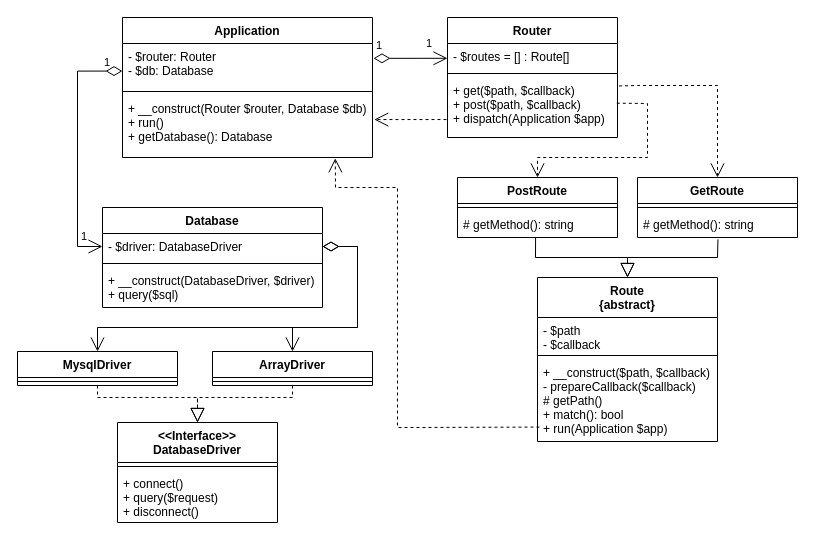
This is Untitled Diagram.drawio from Skydescent/git-new, a draw.io file, before an edit. Source tidied: cells renumbered, new cells numbered last; positions are measured from the earlier drawing's top-left corner, leaving out a move shared by most shapes. Both pictures are drawn from the tidied source at 100%, with x=0, y=0 at pixel (17, 17).
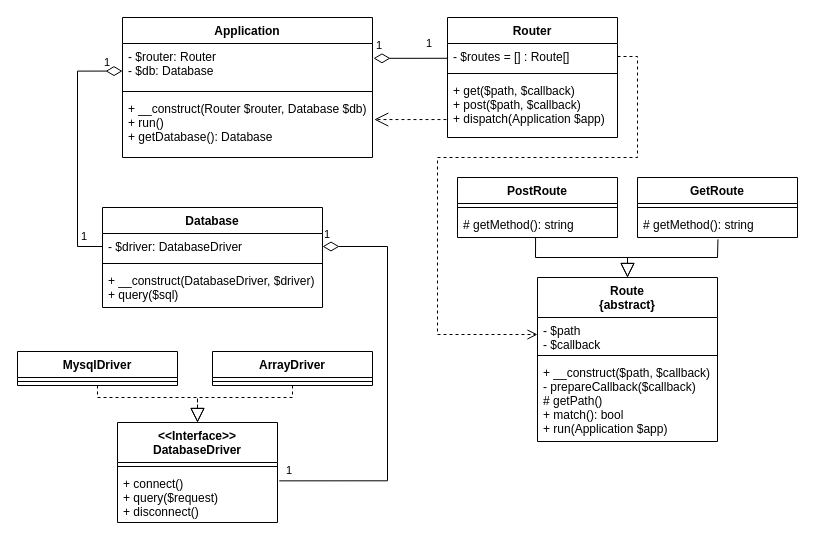
The same diagram, later.

The change refers to these unchanged cells:
```xml
<mxCell id="9" value="- $router: Router&#10;- $db: Database " style="text;strokeColor=none;fillColor=none;align=left;verticalAlign=top;spacingLeft=4;spacingRight=4;overflow=hidden;points=[[0,0.5],[1,0.5]];portConstraint=eastwest;" parent="8" vertex="1">
  <mxGeometry y="26" width="250" height="44" as="geometry" />
</mxCell>
<mxCell id="11" value="+ __construct(Router $router, Database $db)&#10;+ run()&#10;+ getDatabase(): Database&#10;" style="text;strokeColor=none;fillColor=none;align=left;verticalAlign=top;spacingLeft=4;spacingRight=4;overflow=hidden;points=[[0,0.5],[1,0.5]];portConstraint=eastwest;" parent="8" vertex="1">
  <mxGeometry y="78" width="250" height="62" as="geometry" />
</mxCell>
<mxCell id="13" value="- $routes = [] : Route[]" style="text;strokeColor=none;fillColor=none;align=left;verticalAlign=top;spacingLeft=4;spacingRight=4;overflow=hidden;points=[[0,0.5],[1,0.5]];portConstraint=eastwest;" parent="12" vertex="1">
  <mxGeometry y="26" width="170" height="26" as="geometry" />
</mxCell>
<mxCell id="15" value="+ get($path, $callback)&#10;+ post($path, $callback)&#10;+ dispatch(Application $app)&#10;&#10;" style="text;strokeColor=none;fillColor=none;align=left;verticalAlign=top;spacingLeft=4;spacingRight=4;overflow=hidden;points=[[0,0.5],[1,0.5]];portConstraint=eastwest;" parent="12" vertex="1">
  <mxGeometry y="60" width="170" height="60" as="geometry" />
</mxCell>
<mxCell id="16" value="ArrayDriver" style="swimlane;fontStyle=1;align=center;verticalAlign=top;horizontal=1;startSize=26;rounded=0;" parent="1" vertex="1">
  <mxGeometry x="195" y="334" width="160" height="34" as="geometry" />
</mxCell>
<mxCell id="18" value="MysqlDriver" style="swimlane;fontStyle=1;align=center;verticalAlign=top;horizontal=1;startSize=26;rounded=0;" parent="1" vertex="1">
  <mxGeometry y="334" width="160" height="34" as="geometry" />
</mxCell>
<mxCell id="20" value="GetRoute" style="swimlane;fontStyle=1;align=center;verticalAlign=top;horizontal=1;startSize=26;rounded=0;" parent="1" vertex="1">
  <mxGeometry x="620" y="160" width="160" height="60" as="geometry" />
</mxCell>
<mxCell id="23" value="PostRoute" style="swimlane;fontStyle=1;align=center;verticalAlign=top;horizontal=1;startSize=26;rounded=0;" parent="1" vertex="1">
  <mxGeometry x="440" y="160" width="160" height="60" as="geometry" />
</mxCell>
<mxCell id="27" value="- $driver: DatabaseDriver" style="text;strokeColor=none;fillColor=none;align=left;verticalAlign=top;spacingLeft=4;spacingRight=4;overflow=hidden;points=[[0,0.5],[1,0.5]];portConstraint=eastwest;" parent="26" vertex="1">
  <mxGeometry y="26" width="220" height="26" as="geometry" />
</mxCell>
<mxCell id="36" value="- $path&#10;- $callback" style="text;strokeColor=none;fillColor=none;align=left;verticalAlign=top;spacingLeft=4;spacingRight=4;overflow=hidden;points=[[0,0.5],[1,0.5]];portConstraint=eastwest;" parent="35" vertex="1">
  <mxGeometry y="40" width="180" height="34" as="geometry" />
</mxCell>
<mxCell id="38" value="+ __construct($path, $callback)&#10;- prepareCallback($callback)&#10;# getPath()&#10;+ match(): bool&#10;+ run(Application $app)" style="text;strokeColor=none;fillColor=none;align=left;verticalAlign=top;spacingLeft=4;spacingRight=4;overflow=hidden;points=[[0,0.5],[1,0.5]];portConstraint=eastwest;" parent="35" vertex="1">
  <mxGeometry y="82" width="180" height="82" as="geometry" />
</mxCell>
<mxCell id="44" value="+ connect()&#10;+ query($request)&#10;+ disconnect()" style="text;strokeColor=none;fillColor=none;align=left;verticalAlign=top;spacingLeft=4;spacingRight=4;overflow=hidden;points=[[0,0.5],[1,0.5]];portConstraint=eastwest;" parent="42" vertex="1">
  <mxGeometry y="48" width="160" height="52" as="geometry" />
</mxCell>
```

Change to the diagram source:
```diff
@@
-    <mxCell id="2" style="endArrow=open;html=1;endSize=12;startArrow=diamondThin;startSize=14;startFill=0;edgeStyle=orthogonalEdgeStyle;shadow=0;exitX=1.004;exitY=0.337;exitDx=0;exitDy=0;exitPerimeter=0;entryX=0;entryY=0.569;entryDx=0;entryDy=0;entryPerimeter=0;" parent="1" edge="1" source="9" target="13">
+    <mxCell id="2" style="endArrow=none;html=1;endSize=12;startArrow=diamondThin;startSize=14;startFill=0;edgeStyle=orthogonalEdgeStyle;shadow=0;exitX=1.004;exitY=0.337;exitDx=0;exitDy=0;exitPerimeter=0;entryX=0;entryY=0.569;entryDx=0;entryDy=0;entryPerimeter=0;endFill=0;" parent="1" edge="1" source="9" target="13">
       <mxGeometry x="0.3" y="-12" relative="1" as="geometry" />
     </mxCell>
@@
-    <mxCell id="5" style="endArrow=open;html=1;endSize=12;startArrow=diamondThin;startSize=14;startFill=0;edgeStyle=orthogonalEdgeStyle;shadow=0;exitX=0;exitY=0.627;exitDx=0;exitDy=0;exitPerimeter=0;entryX=0;entryY=0.5;entryDx=0;entryDy=0;rounded=0;" parent="1" edge="1" source="9" target="27">
+    <mxCell id="5" style="endArrow=none;html=1;endSize=12;startArrow=diamondThin;startSize=14;startFill=0;edgeStyle=orthogonalEdgeStyle;shadow=0;exitX=0;exitY=0.627;exitDx=0;exitDy=0;exitPerimeter=0;entryX=0;entryY=0.5;entryDx=0;entryDy=0;rounded=0;endFill=0;" parent="1" edge="1" source="9" target="27">
       <mxGeometry x="0.3" y="-12" relative="1" as="geometry">
         <Array as="points">
           <mxPoint x="60" y="54" />
           <mxPoint x="60" y="229" />
         </Array>
       </mxGeometry>
     </mxCell>
@@
-    <mxCell id="30" style="endArrow=open;html=1;endSize=12;startArrow=diamondThin;startSize=14;startFill=0;edgeStyle=orthogonalEdgeStyle;align=left;verticalAlign=bottom;shadow=0;strokeWidth=1;exitX=1;exitY=0.5;exitDx=0;exitDy=0;rounded=0;" parent="1" edge="1" source="27" target="18">
-      <mxGeometry x="-1" y="3" relative="1" as="geometry">
-        <Array as="points">
-          <mxPoint x="340" y="229" />
-          <mxPoint x="340" y="310" />
-          <mxPoint x="80" y="310" />
-        </Array>
-      </mxGeometry>
-    </mxCell>
-    <mxCell id="31" style="endArrow=open;html=1;endSize=12;startArrow=diamondThin;startSize=14;startFill=0;edgeStyle=orthogonalEdgeStyle;align=left;verticalAlign=bottom;shadow=0;strokeWidth=1;exitX=1;exitY=0.5;exitDx=0;exitDy=0;entryX=0.5;entryY=0;entryDx=0;entryDy=0;rounded=0;" parent="1" edge="1" source="27" target="16">
-      <mxGeometry x="-1" y="3" relative="1" as="geometry">
-        <Array as="points">
-          <mxPoint x="340" y="229" />
-          <mxPoint x="340" y="310" />
-          <mxPoint x="275" y="310" />
-        </Array>
-      </mxGeometry>
-    </mxCell>
@@
-    <mxCell id="33" style="endArrow=open;endSize=12;dashed=1;html=1;shadow=0;strokeWidth=1;exitX=1.009;exitY=0.141;exitDx=0;exitDy=0;exitPerimeter=0;entryX=0.5;entryY=0;entryDx=0;entryDy=0;rounded=0;" parent="1" edge="1" source="15" target="20">
-      <mxGeometry x="0.08" y="28" relative="1" as="geometry">
-        <Array as="points">
-          <mxPoint x="620" y="68" />
-          <mxPoint x="700" y="68" />
-        </Array>
-      </mxGeometry>
-    </mxCell>
-    <mxCell id="34" style="endArrow=open;endSize=12;dashed=1;html=1;shadow=0;strokeWidth=1;exitX=0.996;exitY=0.428;exitDx=0;exitDy=0;exitPerimeter=0;entryX=0.5;entryY=0;entryDx=0;entryDy=0;rounded=0;" parent="1" edge="1" source="15" target="23">
-      <mxGeometry x="0.08" y="28" relative="1" as="geometry">
-        <Array as="points">
-          <mxPoint x="630" y="86" />
-          <mxPoint x="630" y="140" />
-          <mxPoint x="520" y="140" />
-        </Array>
-      </mxGeometry>
-    </mxCell>
@@
-    <mxCell id="39" style="endArrow=open;endSize=12;dashed=1;html=1;shadow=0;strokeWidth=1;exitX=0.011;exitY=0.824;exitDx=0;exitDy=0;exitPerimeter=0;entryX=0.851;entryY=1.013;entryDx=0;entryDy=0;entryPerimeter=0;rounded=0;" parent="1" edge="1" source="38" target="11">
-      <mxGeometry x="0.08" y="28" relative="1" as="geometry">
-        <Array as="points">
-          <mxPoint x="390" y="410" />
-          <mxPoint x="380" y="410" />
-          <mxPoint x="380" y="170" />
-          <mxPoint x="318" y="170" />
-        </Array>
-      </mxGeometry>
-    </mxCell>
@@
+    <mxCell id="47" value="1" style="endArrow=none;html=1;endSize=12;startArrow=diamondThin;startSize=14;startFill=0;edgeStyle=orthogonalEdgeStyle;align=left;verticalAlign=bottom;exitX=1;exitY=0.5;exitDx=0;exitDy=0;entryX=1.011;entryY=0.199;entryDx=0;entryDy=0;entryPerimeter=0;rounded=0;endFill=0;" parent="1" edge="1" source="27" target="44">
+      <mxGeometry x="-1" y="3" relative="1" as="geometry">
+        <Array as="points">
+          <mxPoint x="370" y="229" />
+          <mxPoint x="370" y="463" />
+        </Array>
+      </mxGeometry>
+    </mxCell>
+    <mxCell id="48" value="1" style="edgeLabel;html=1;align=right;verticalAlign=top;" parent="1" vertex="1">
+      <mxGeometry x="275" y="440" as="geometry" />
+    </mxCell>
+    <mxCell id="49" style="html=1;verticalAlign=bottom;endArrow=open;dashed=1;endSize=8;entryX=0;entryY=0.5;entryDx=0;entryDy=0;rounded=0;exitX=1;exitY=0.5;exitDx=0;exitDy=0;" parent="1" edge="1" source="13" target="36">
+      <mxGeometry relative="1" as="geometry">
+        <Array as="points">
+          <mxPoint x="620" y="39" />
+          <mxPoint x="620" y="140" />
+          <mxPoint x="451" y="140" />
+          <mxPoint x="420" y="140" />
+          <mxPoint x="420" y="270" />
+          <mxPoint x="420" y="317" />
+        </Array>
+      </mxGeometry>
+    </mxCell>
```
